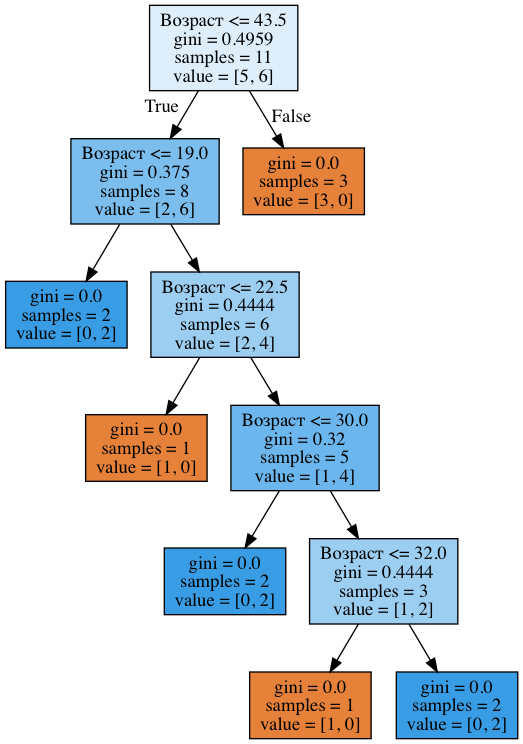
This is img/age_tree.png from Yorko/mlcourse.ai, a Graphviz export, as it was before one commit. Its source is kept beside it as img/age_tree.dot. The source it was exported from:
```dot
digraph Tree {
node [shape=box, style="filled", color="black"] ;
0 [label="Возраст <= 43.5\ngini = 0.4959\nsamples = 11\nvalue = [5, 6]", fillcolor="#399de52a"] ;
1 [label="Возраст <= 19.0\ngini = 0.375\nsamples = 8\nvalue = [2, 6]", fillcolor="#399de5aa"] ;
0 -> 1 [labeldistance=2.5, labelangle=45, headlabel="True"] ;
2 [label="gini = 0.0\nsamples = 2\nvalue = [0, 2]", fillcolor="#399de5ff"] ;
1 -> 2 ;
3 [label="Возраст <= 22.5\ngini = 0.4444\nsamples = 6\nvalue = [2, 4]", fillcolor="#399de57f"] ;
1 -> 3 ;
4 [label="gini = 0.0\nsamples = 1\nvalue = [1, 0]", fillcolor="#e58139ff"] ;
3 -> 4 ;
5 [label="Возраст <= 30.0\ngini = 0.32\nsamples = 5\nvalue = [1, 4]", fillcolor="#399de5bf"] ;
3 -> 5 ;
6 [label="gini = 0.0\nsamples = 2\nvalue = [0, 2]", fillcolor="#399de5ff"] ;
5 -> 6 ;
7 [label="Возраст <= 32.0\ngini = 0.4444\nsamples = 3\nvalue = [1, 2]", fillcolor="#399de57f"] ;
5 -> 7 ;
8 [label="gini = 0.0\nsamples = 1\nvalue = [1, 0]", fillcolor="#e58139ff"] ;
7 -> 8 ;
9 [label="gini = 0.0\nsamples = 2\nvalue = [0, 2]", fillcolor="#399de5ff"] ;
7 -> 9 ;
10 [label="gini = 0.0\nsamples = 3\nvalue = [3, 0]", fillcolor="#e58139ff"] ;
0 -> 10 [labeldistance=2.5, labelangle=-45, headlabel="False"] ;
}
```
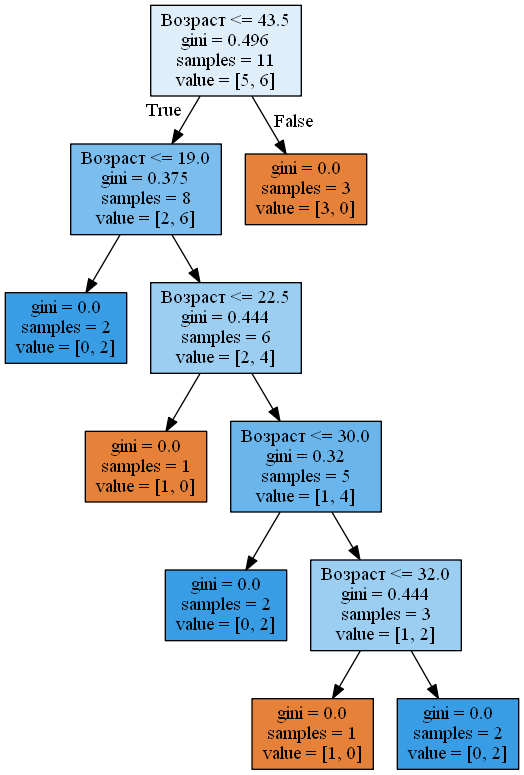
The same diagram one commit later.

What changed in the source:
```diff
@@ -1,11 +1,11 @@
 digraph Tree {
 node [shape=box, style="filled", color="black"] ;
-0 [label="Возраст <= 43.5\ngini = 0.4959\nsamples = 11\nvalue = [5, 6]", fillcolor="#399de52a"] ;
+0 [label="Возраст <= 43.5\ngini = 0.496\nsamples = 11\nvalue = [5, 6]", fillcolor="#399de52a"] ;
 1 [label="Возраст <= 19.0\ngini = 0.375\nsamples = 8\nvalue = [2, 6]", fillcolor="#399de5aa"] ;
 0 -> 1 [labeldistance=2.5, labelangle=45, headlabel="True"] ;
 2 [label="gini = 0.0\nsamples = 2\nvalue = [0, 2]", fillcolor="#399de5ff"] ;
 1 -> 2 ;
-3 [label="Возраст <= 22.5\ngini = 0.4444\nsamples = 6\nvalue = [2, 4]", fillcolor="#399de57f"] ;
+3 [label="Возраст <= 22.5\ngini = 0.444\nsamples = 6\nvalue = [2, 4]", fillcolor="#399de57f"] ;
 1 -> 3 ;
 4 [label="gini = 0.0\nsamples = 1\nvalue = [1, 0]", fillcolor="#e58139ff"] ;
 3 -> 4 ;
@@ -13,7 +13,7 @@
 3 -> 5 ;
 6 [label="gini = 0.0\nsamples = 2\nvalue = [0, 2]", fillcolor="#399de5ff"] ;
 5 -> 6 ;
-7 [label="Возраст <= 32.0\ngini = 0.4444\nsamples = 3\nvalue = [1, 2]", fillcolor="#399de57f"] ;
+7 [label="Возраст <= 32.0\ngini = 0.444\nsamples = 3\nvalue = [1, 2]", fillcolor="#399de57f"] ;
 5 -> 7 ;
 8 [label="gini = 0.0\nsamples = 1\nvalue = [1, 0]", fillcolor="#e58139ff"] ;
 7 -> 8 ;
```
